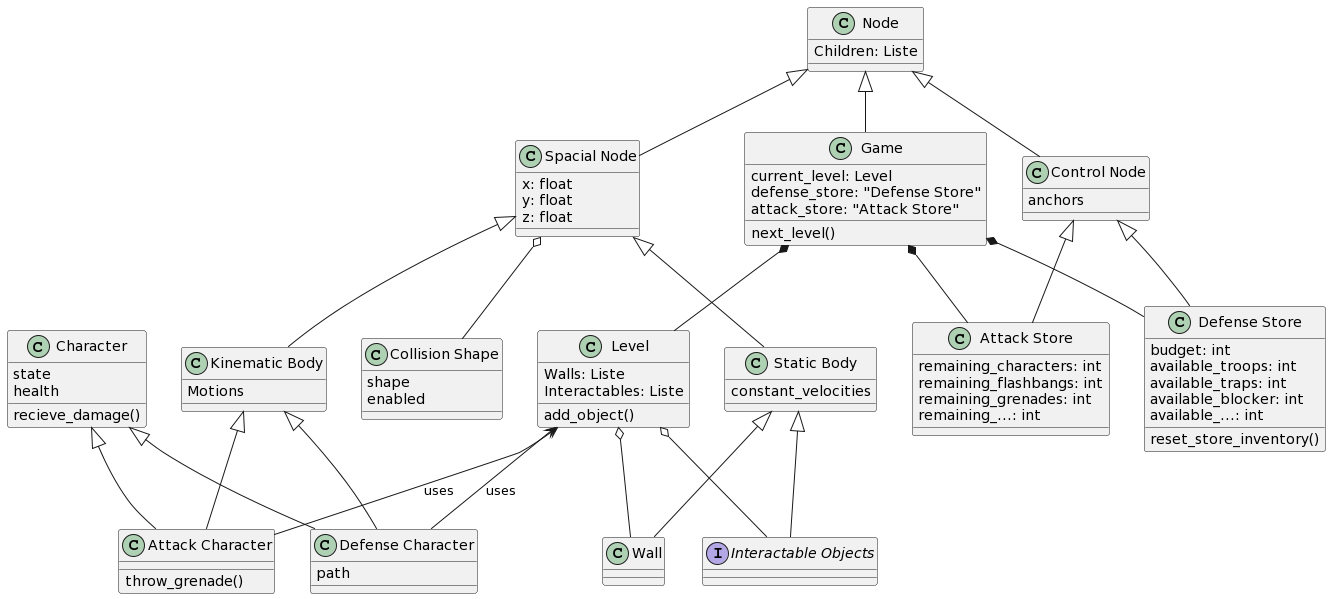
This is class_diagrams/game_class_uml.png from GamesUnlimited/highrise_doc, a PlantUML export, as it was before one commit. Source of this version:
```plantuml
@startuml
class Level{
Walls: Liste
Interactables: Liste
add_object()
}

interface "Interactable Objects"{
}

class Wall{

}

class Character{
state
health
recieve_damage()
}

class "Attack Character"{
throw_grenade()
}


class "Defense Character"{
path
}

class "Defense Store"{
budget: int
available_troops: int
available_traps: int
available_blocker: int
available_...: int
reset_store_inventory()
}

class "Attack Store"{
remaining_characters: int
remaining_flashbangs: int
remaining_grenades: int
remaining_...: int
}

class Game{
current_level: Level
defense_store: "Defense Store"
attack_store: "Attack Store"
next_level()
}


Game *-- "Defense Store"
Game *-- "Attack Store"
Game *-- Level
Level o-- "Interactable Objects"
Level o-- Wall

class Node{
Children: Liste
}
class "Spacial Node"{
x: float
y: float
z: float
}
class "Control Node"{
anchors
}
class "Kinematic Body"{
Motions
}
class "Static Body"{
constant_velocities
}
class "Collision Shape"{
shape
enabled
}
Node <|-- "Spacial Node"
Node <|-- "Control Node"
"Spacial Node" <|-- "Kinematic Body"
"Spacial Node" <|-- "Static Body"


"Static Body" <|-- Wall
"Static Body" <|-- "Interactable Objects"
"Kinematic Body" <|-- "Attack Character"
"Kinematic Body" <|-- "Defense Character"

"Control Node" <|-- "Attack Store"
"Control Node" <|-- "Defense Store"

"Node" <|-- Game

"Spacial Node" o-- "Collision Shape"

Level <-- "Attack Character": uses
Level <-- "Defense Character": uses

Character <|-- "Defense Character"
Character <|-- "Attack Character"
@enduml
```
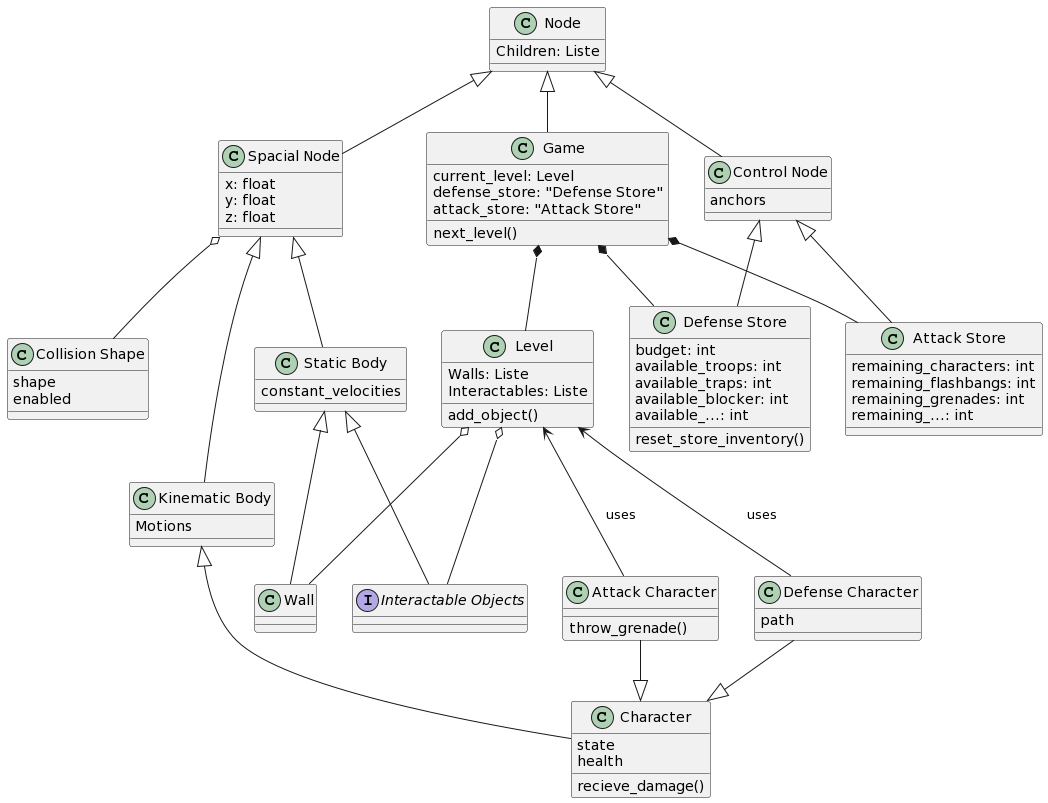
The same diagram one commit later.

Commit message:
changed character class in uml

What changed in the source:
```diff
@@ -86,8 +86,7 @@
 
 "Static Body" <|-- Wall
 "Static Body" <|-- "Interactable Objects"
-"Kinematic Body" <|-- "Attack Character"
-"Kinematic Body" <|-- "Defense Character"
+"Kinematic Body" <|-- Character
 
 "Control Node" <|-- "Attack Store"
 "Control Node" <|-- "Defense Store"
@@ -99,6 +98,6 @@
 Level <-- "Attack Character": uses
 Level <-- "Defense Character": uses
 
-Character <|-- "Defense Character"
-Character <|-- "Attack Character"
+Character <|-up- "Defense Character"
+Character <|-up- "Attack Character"
 @enduml
```
